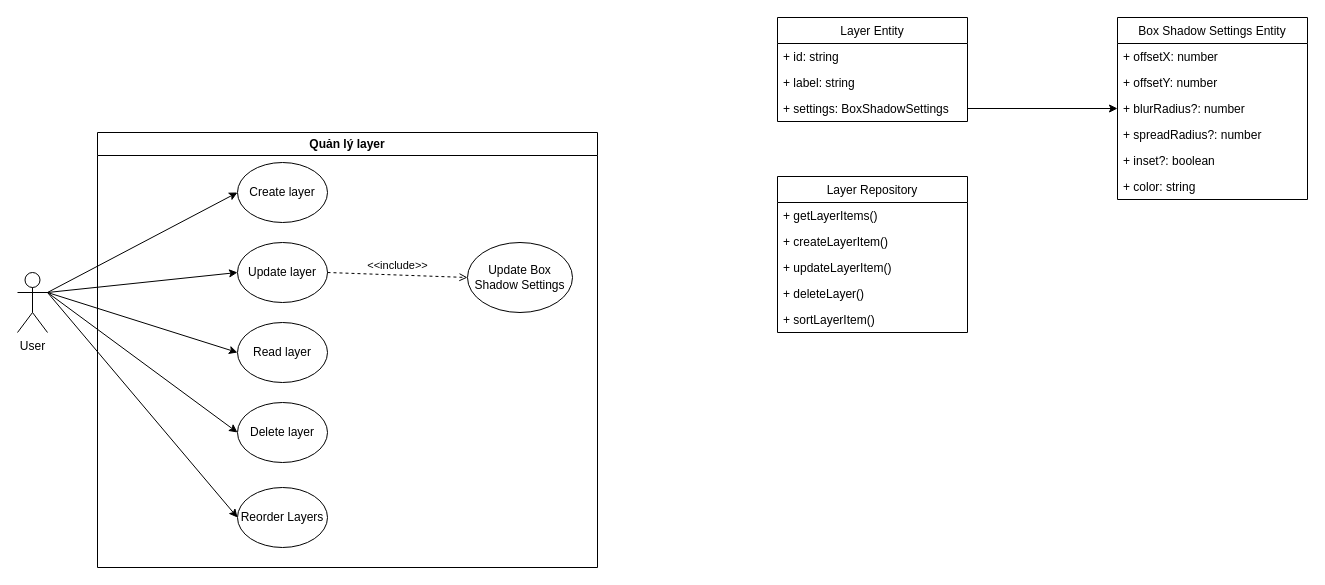
Before: schemas/layer.drawio in mioriaty/clean-architect, a draw.io diagram. Source tidied: cells renumbered, new cells numbered last; positions are measured from the earlier drawing's top-left corner, leaving out a move shared by most shapes. Both pictures are drawn from the tidied source at 100%, with x=0, y=0 at pixel (17, 17).
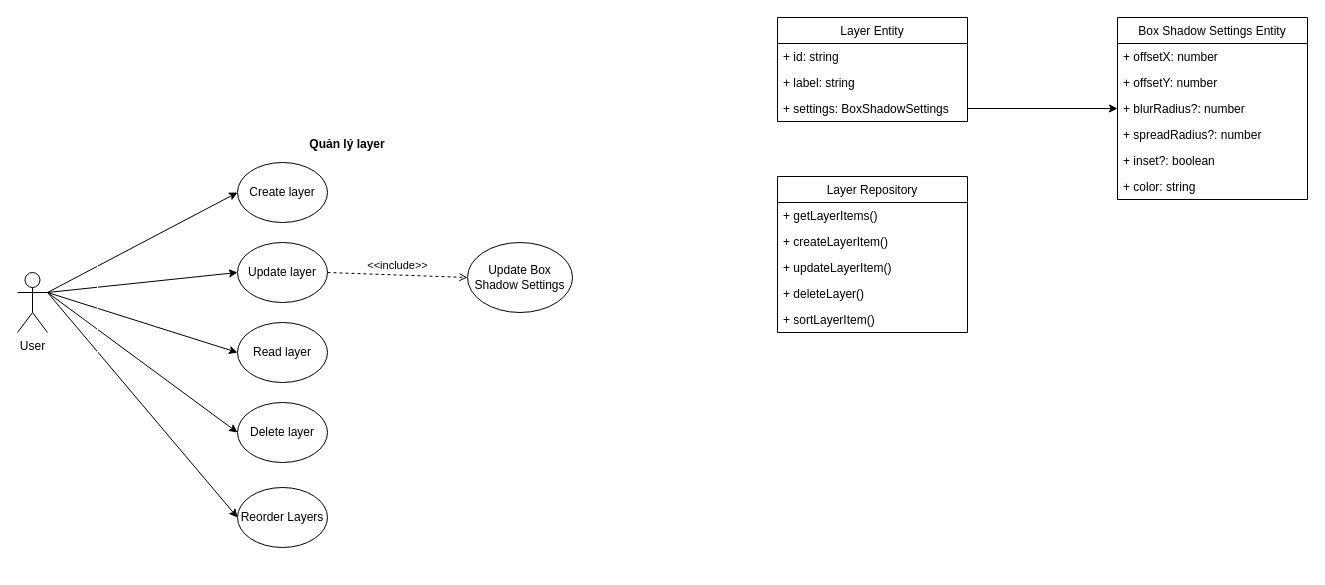
The same diagram, later.

The edit, as a diff of the source:
```diff
@@
-    <mxCell id="8" value="Quản lý layer" style="swimlane;whiteSpace=wrap;html=1;" parent="1" vertex="1">
+    <mxCell id="8" value="Quản lý layer" style="swimlane;whiteSpace=wrap;html=1;strokeColor=#FFFCFE;" parent="1" vertex="1">
       <mxGeometry x="80" y="115" width="500" height="435" as="geometry" />
     </mxCell>
```
